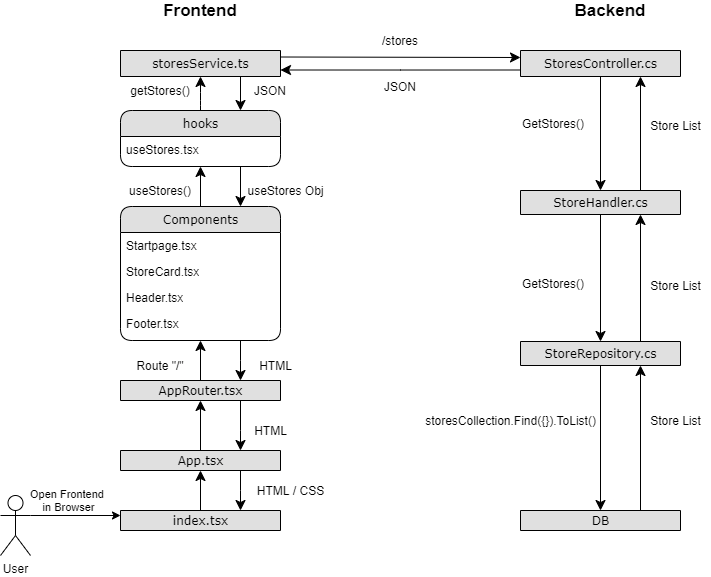
This is images/application_flow.png from seinol/capwatch-documentation, a draw.io export, as it was before one commit. Source tidied: cells renumbered, new cells last; positions are measured from the earlier drawing's top-left corner, leaving out a move shared by most shapes.
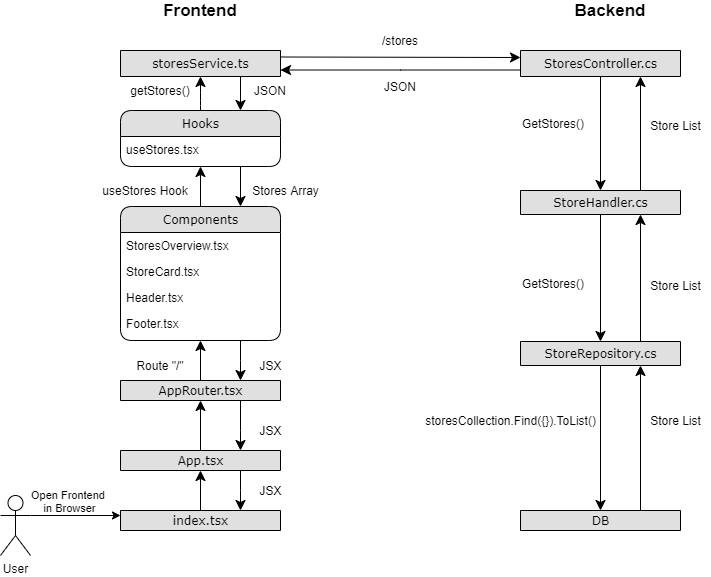
The same file after the commit.

Commit message:
docs: minor Changes to the application flow diagram

#CAPW-182

Change to the diagram source:
```diff
@@ -2,7 +2,7 @@
   <root>
     <mxCell id="0" />
     <mxCell id="1" parent="0" />
-    <mxCell id="2" value="hooks" style="swimlane;html=1;fontStyle=0;horizontal=1;startSize=26;fillColor=#e0e0e0;swimlaneFillColor=#ffffff;align=center;rounded=1;shadow=0;comic=0;labelBackgroundColor=none;strokeWidth=1;fontFamily=Verdana;fontSize=12;" parent="1" vertex="1">
+    <mxCell id="2" value="Hooks" style="swimlane;html=1;fontStyle=0;horizontal=1;startSize=26;fillColor=#e0e0e0;swimlaneFillColor=#ffffff;align=center;rounded=1;shadow=0;comic=0;labelBackgroundColor=none;strokeWidth=1;fontFamily=Verdana;fontSize=12;" parent="1" vertex="1">
       <mxGeometry x="120" y="110" width="160" height="56" as="geometry" />
     </mxCell>
     <mxCell id="3" value="useStores.tsx" style="text;html=1;strokeColor=none;fillColor=none;spacingLeft=4;spacingRight=4;whiteSpace=wrap;overflow=hidden;" parent="2" vertex="1">
@@ -14,7 +14,7 @@
     <mxCell id="5" value="Components" style="swimlane;html=1;fontStyle=0;horizontal=1;startSize=26;fillColor=#e0e0e0;swimlaneFillColor=#ffffff;align=center;rounded=1;shadow=0;comic=0;labelBackgroundColor=none;strokeWidth=1;fontFamily=Verdana;fontSize=12;" parent="1" vertex="1">
       <mxGeometry x="120" y="206" width="160" height="134" as="geometry" />
     </mxCell>
-    <mxCell id="6" value="Startpage.tsx" style="text;html=1;strokeColor=none;fillColor=none;spacingLeft=4;spacingRight=4;whiteSpace=wrap;overflow=hidden;" parent="5" vertex="1">
+    <mxCell id="6" value="StoresOverview.tsx" style="text;html=1;strokeColor=none;fillColor=none;spacingLeft=4;spacingRight=4;whiteSpace=wrap;overflow=hidden;" parent="5" vertex="1">
       <mxGeometry y="26" width="160" height="26" as="geometry" />
     </mxCell>
     <mxCell id="7" value="StoreCard.tsx" style="text;html=1;strokeColor=none;fillColor=none;spacingLeft=4;spacingRight=4;whiteSpace=wrap;overflow=hidden;" parent="5" vertex="1">
@@ -144,8 +144,8 @@
     <mxCell id="36" value="Route &quot;/&quot;" style="text;html=1;strokeColor=none;fillColor=none;align=center;verticalAlign=middle;whiteSpace=wrap;rounded=0;" parent="1" vertex="1">
       <mxGeometry x="130" y="355" width="60" height="20" as="geometry" />
     </mxCell>
-    <mxCell id="37" value="useStores()" style="text;html=1;strokeColor=none;fillColor=none;align=center;verticalAlign=middle;whiteSpace=wrap;rounded=0;" parent="1" vertex="1">
-      <mxGeometry x="140" y="180" width="40" height="20" as="geometry" />
+    <mxCell id="37" value="useStores Hook" style="text;html=1;strokeColor=none;fillColor=none;align=center;verticalAlign=middle;whiteSpace=wrap;rounded=0;" parent="1" vertex="1">
+      <mxGeometry x="100" y="180" width="90" height="20" as="geometry" />
     </mxCell>
     <mxCell id="38" value="getStores()" style="text;html=1;strokeColor=none;fillColor=none;align=center;verticalAlign=middle;whiteSpace=wrap;rounded=0;" parent="1" vertex="1">
       <mxGeometry x="140" y="80" width="40" height="20" as="geometry" />
@@ -159,17 +159,17 @@
     <mxCell id="41" value="JSON" style="text;html=1;strokeColor=none;fillColor=none;align=center;verticalAlign=middle;whiteSpace=wrap;rounded=0;" parent="1" vertex="1">
       <mxGeometry x="250" y="80" width="40" height="20" as="geometry" />
     </mxCell>
-    <mxCell id="42" value="useStores Obj" style="text;html=1;align=center;verticalAlign=middle;strokeColor=none;" parent="1" vertex="1">
-      <mxGeometry x="240" y="180" width="90" height="20" as="geometry" />
+    <mxCell id="42" value="Stores Array" style="text;html=1;align=center;verticalAlign=middle;strokeColor=none;" parent="1" vertex="1">
+      <mxGeometry x="245" y="180" width="80" height="20" as="geometry" />
     </mxCell>
-    <mxCell id="43" value="HTML" style="text;html=1;align=center;verticalAlign=middle;strokeColor=none;" parent="1" vertex="1">
-      <mxGeometry x="250" y="355" width="50" height="20" as="geometry" />
+    <mxCell id="43" value="JSX" style="text;html=1;align=center;verticalAlign=middle;strokeColor=none;" parent="1" vertex="1">
+      <mxGeometry x="250" y="355" width="40" height="20" as="geometry" />
     </mxCell>
-    <mxCell id="44" value="HTML" style="text;html=1;align=center;verticalAlign=middle;strokeColor=none;" parent="1" vertex="1">
-      <mxGeometry x="245" y="420" width="50" height="20" as="geometry" />
+    <mxCell id="44" value="JSX" style="text;html=1;align=center;verticalAlign=middle;strokeColor=none;" parent="1" vertex="1">
+      <mxGeometry x="250" y="420" width="40" height="20" as="geometry" />
     </mxCell>
-    <mxCell id="45" value="HTML / CSS" style="text;html=1;align=center;verticalAlign=middle;strokeColor=none;" parent="1" vertex="1">
-      <mxGeometry x="250" y="480" width="80" height="20" as="geometry" />
+    <mxCell id="45" value="JSX" style="text;html=1;align=center;verticalAlign=middle;strokeColor=none;" parent="1" vertex="1">
+      <mxGeometry x="250" y="480" width="40" height="20" as="geometry" />
     </mxCell>
     <mxCell id="46" value="GetStores()" style="text;whiteSpace=wrap;html=1;" parent="1" vertex="1">
       <mxGeometry x="520" y="110" width="90" height="30" as="geometry" />
```
